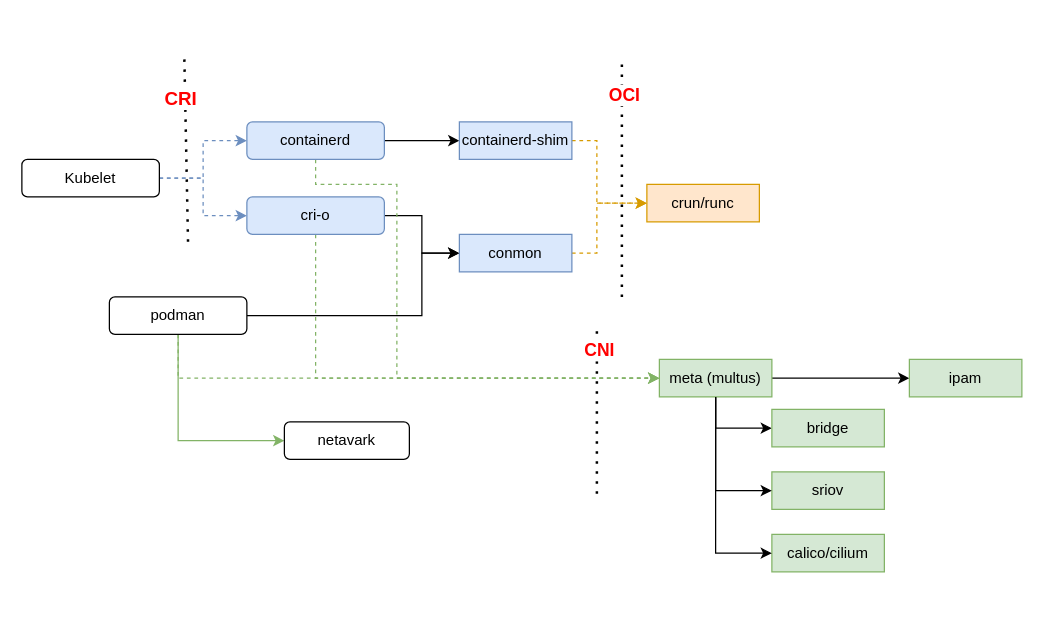
This is container-management.drawio from sriramy/drawio, a draw.io file, before an edit. Source tidied: cells renumbered, new cells numbered last; positions are measured from the earlier drawing's top-left corner, leaving out a move shared by most shapes. Both pictures are drawn from the tidied source at 125%, with x=0, y=0 at pixel (21, 59).
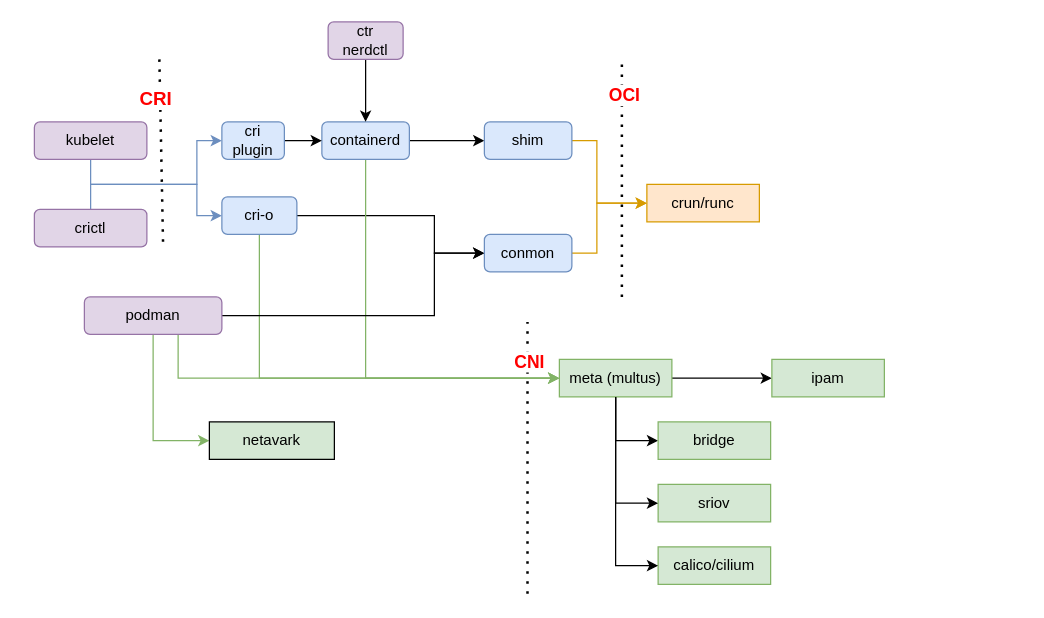
The same page after the edit.

The change refers to these unchanged cells:
```xml
<mxCell id="19" value="crun/runc" style="rounded=0;whiteSpace=wrap;html=1;fillColor=#ffe6cc;strokeColor=#d79b00;" parent="1" vertex="1">
  <mxGeometry x="500" y="100" width="90" height="30" as="geometry" />
</mxCell>
```

What changed in the source:
```diff
@@
-    <mxCell id="2" style="edgeStyle=orthogonalEdgeStyle;rounded=0;jettySize=auto;html=1;entryX=0;entryY=0.5;entryDx=0;entryDy=0;dashed=1;fillColor=#dae8fc;strokeColor=#6c8ebf;" parent="1" edge="1" source="4" target="10">
-      <mxGeometry relative="1" as="geometry" />
+    <mxCell id="2" style="edgeStyle=orthogonalEdgeStyle;rounded=0;jettySize=auto;html=1;entryX=0;entryY=0.5;entryDx=0;entryDy=0;fillColor=#dae8fc;strokeColor=#6c8ebf;" parent="1" edge="1" source="4" target="37">
+      <mxGeometry relative="1" as="geometry">
+        <Array as="points">
+          <mxPoint x="55" y="100" />
+          <mxPoint x="140" y="100" />
+          <mxPoint x="140" y="65" />
+        </Array>
+      </mxGeometry>
     </mxCell>
-    <mxCell id="3" style="edgeStyle=orthogonalEdgeStyle;rounded=0;jettySize=auto;html=1;entryX=0;entryY=0.5;entryDx=0;entryDy=0;dashed=1;fillColor=#dae8fc;strokeColor=#6c8ebf;" parent="1" edge="1" source="4" target="7">
-      <mxGeometry relative="1" as="geometry" />
+    <mxCell id="3" style="edgeStyle=orthogonalEdgeStyle;rounded=0;jettySize=auto;html=1;entryX=0;entryY=0.5;entryDx=0;entryDy=0;fillColor=#dae8fc;strokeColor=#6c8ebf;exitX=0.5;exitY=1;exitDx=0;exitDy=0;" parent="1" edge="1" source="40" target="7">
+      <mxGeometry relative="1" as="geometry">
+        <Array as="points">
+          <mxPoint x="55" y="100" />
+          <mxPoint x="140" y="100" />
+          <mxPoint x="140" y="125" />
+        </Array>
+      </mxGeometry>
     </mxCell>
-    <mxCell id="4" value="Kubelet" style="rounded=1;whiteSpace=wrap;html=1;" parent="1" vertex="1">
-      <mxGeometry y="80" width="110" height="30" as="geometry" />
+    <mxCell id="4" value="crictl" style="rounded=1;whiteSpace=wrap;html=1;fontStyle=0;fillColor=#e1d5e7;strokeColor=#9673a6;" parent="1" vertex="1">
+      <mxGeometry x="10" y="120" width="90" height="30" as="geometry" />
     </mxCell>
     <mxCell id="5" style="edgeStyle=orthogonalEdgeStyle;rounded=0;jettySize=auto;html=1;entryX=0;entryY=0.5;entryDx=0;entryDy=0;" parent="1" edge="1" source="7" target="16">
       <mxGeometry relative="1" as="geometry">
         <Array as="points">
-          <mxPoint x="320" y="125" />
-          <mxPoint x="320" y="155" />
+          <mxPoint x="330" y="125" />
+          <mxPoint x="330" y="155" />
         </Array>
       </mxGeometry>
     </mxCell>
-    <mxCell id="6" style="edgeStyle=orthogonalEdgeStyle;rounded=0;jettySize=auto;html=1;entryX=0;entryY=0.5;entryDx=0;entryDy=0;exitX=0.5;exitY=1;exitDx=0;exitDy=0;fillColor=#d5e8d4;strokeColor=#82b366;dashed=1;" parent="1" edge="1" source="7" target="28">
+    <mxCell id="6" style="edgeStyle=orthogonalEdgeStyle;rounded=0;jettySize=auto;html=1;entryX=0;entryY=0.5;entryDx=0;entryDy=0;exitX=0.5;exitY=1;exitDx=0;exitDy=0;fillColor=#d5e8d4;strokeColor=#82b366;" parent="1" edge="1" source="7" target="28">
       <mxGeometry relative="1" as="geometry" />
     </mxCell>
     <mxCell id="7" value="cri-o" style="rounded=1;whiteSpace=wrap;html=1;fillColor=#dae8fc;strokeColor=#6c8ebf;" parent="1" vertex="1">
-      <mxGeometry x="180" y="110" width="110" height="30" as="geometry" />
+      <mxGeometry x="160" y="110" width="60" height="30" as="geometry" />
     </mxCell>
@@
-    <mxCell id="9" style="edgeStyle=orthogonalEdgeStyle;rounded=0;jettySize=auto;html=1;entryX=0;entryY=0.5;entryDx=0;entryDy=0;exitX=0.5;exitY=1;exitDx=0;exitDy=0;fillColor=#d5e8d4;strokeColor=#82b366;dashed=1;" parent="1" edge="1" source="10" target="28">
+    <mxCell id="9" style="edgeStyle=orthogonalEdgeStyle;rounded=0;jettySize=auto;html=1;entryX=0;entryY=0.5;entryDx=0;entryDy=0;exitX=0.5;exitY=1;exitDx=0;exitDy=0;fillColor=#d5e8d4;strokeColor=#82b366;" parent="1" edge="1" source="10" target="28">
       <mxGeometry relative="1" as="geometry">
         <Array as="points">
-          <mxPoint x="235" y="100" />
-          <mxPoint x="300" y="100" />
-          <mxPoint x="300" y="255" />
+          <mxPoint x="275" y="255" />
         </Array>
       </mxGeometry>
     </mxCell>
     <mxCell id="10" value="containerd" style="rounded=1;whiteSpace=wrap;html=1;fillColor=#dae8fc;strokeColor=#6c8ebf;" parent="1" vertex="1">
-      <mxGeometry x="180" y="50" width="110" height="30" as="geometry" />
+      <mxGeometry x="240" y="50" width="70" height="30" as="geometry" />
     </mxCell>
     <mxCell id="11" style="edgeStyle=orthogonalEdgeStyle;rounded=0;jettySize=auto;html=1;entryX=0;entryY=0.5;entryDx=0;entryDy=0;exitX=1;exitY=0.5;exitDx=0;exitDy=0;" parent="1" edge="1" source="14" target="16">
       <mxGeometry relative="1" as="geometry">
         <Array as="points">
-          <mxPoint x="320" y="205" />
-          <mxPoint x="320" y="155" />
+          <mxPoint x="330" y="205" />
+          <mxPoint x="330" y="155" />
         </Array>
       </mxGeometry>
     </mxCell>
-    <mxCell id="12" style="edgeStyle=orthogonalEdgeStyle;rounded=0;jettySize=auto;html=1;entryX=0;entryY=0.5;entryDx=0;entryDy=0;fillColor=#d5e8d4;strokeColor=#82b366;dashed=1;" parent="1" edge="1" source="14" target="28">
+    <mxCell id="12" style="edgeStyle=orthogonalEdgeStyle;rounded=0;jettySize=auto;html=1;entryX=0;entryY=0.5;entryDx=0;entryDy=0;fillColor=#d5e8d4;strokeColor=#82b366;" parent="1" edge="1" source="14" target="28">
       <mxGeometry relative="1" as="geometry">
         <Array as="points">
           <mxPoint x="125" y="255" />
         </Array>
       </mxGeometry>
     </mxCell>
@@
-    <mxCell id="14" value="podman" style="rounded=1;whiteSpace=wrap;html=1;" parent="1" vertex="1">
-      <mxGeometry x="70" y="190" width="110" height="30" as="geometry" />
+    <mxCell id="14" value="podman" style="rounded=1;whiteSpace=wrap;html=1;fillColor=#e1d5e7;strokeColor=#9673a6;" parent="1" vertex="1">
+      <mxGeometry x="50" y="190" width="110" height="30" as="geometry" />
     </mxCell>
-    <mxCell id="15" style="edgeStyle=orthogonalEdgeStyle;rounded=0;jettySize=auto;html=1;entryX=0;entryY=0.5;entryDx=0;entryDy=0;dashed=1;fillColor=#ffe6cc;strokeColor=#d79b00;" parent="1" edge="1" source="16" target="19">
+    <mxCell id="15" style="edgeStyle=orthogonalEdgeStyle;rounded=0;jettySize=auto;html=1;entryX=0;entryY=0.5;entryDx=0;entryDy=0;fillColor=#ffe6cc;strokeColor=#d79b00;" parent="1" edge="1" source="16" target="19">
       <mxGeometry relative="1" as="geometry">
         <Array as="points">
           <mxPoint x="460" y="155" />
           <mxPoint x="460" y="115" />
         </Array>
       </mxGeometry>
     </mxCell>
-    <mxCell id="16" value="conmon" style="rounded=0;whiteSpace=wrap;html=1;fillColor=#dae8fc;strokeColor=#6c8ebf;" parent="1" vertex="1">
-      <mxGeometry x="350" y="140" width="90" height="30" as="geometry" />
+    <mxCell id="16" value="conmon" style="rounded=1;whiteSpace=wrap;html=1;fillColor=#dae8fc;strokeColor=#6c8ebf;" parent="1" vertex="1">
+      <mxGeometry x="370" y="140" width="70" height="30" as="geometry" />
     </mxCell>
-    <mxCell id="17" style="edgeStyle=orthogonalEdgeStyle;rounded=0;jettySize=auto;html=1;exitX=1;exitY=0.5;exitDx=0;exitDy=0;dashed=1;fillColor=#ffe6cc;strokeColor=#d79b00;" parent="1" edge="1" source="18" target="19">
+    <mxCell id="17" style="edgeStyle=orthogonalEdgeStyle;rounded=0;jettySize=auto;html=1;exitX=1;exitY=0.5;exitDx=0;exitDy=0;fillColor=#ffe6cc;strokeColor=#d79b00;" parent="1" edge="1" source="18" target="19">
       <mxGeometry relative="1" as="geometry">
         <Array as="points">
           <mxPoint x="460" y="65" />
           <mxPoint x="460" y="115" />
         </Array>
       </mxGeometry>
     </mxCell>
-    <mxCell id="18" value="containerd-shim" style="rounded=0;whiteSpace=wrap;html=1;fillColor=#dae8fc;strokeColor=#6c8ebf;" parent="1" vertex="1">
-      <mxGeometry x="350" y="50" width="90" height="30" as="geometry" />
+    <mxCell id="18" value="shim" style="rounded=1;whiteSpace=wrap;html=1;fillColor=#dae8fc;strokeColor=#6c8ebf;" parent="1" vertex="1">
+      <mxGeometry x="370" y="50" width="70" height="30" as="geometry" />
     </mxCell>
@@
     <mxCell id="20" style="endArrow=none;dashed=1;html=1;dashPattern=1 3;strokeWidth=2;rounded=0;" parent="1" edge="1">
       <mxGeometry relative="1" as="geometry">
-        <mxPoint x="130" as="sourcePoint" />
-        <mxPoint x="133" y="150" as="targetPoint" />
+        <mxPoint x="110" as="sourcePoint" />
+        <mxPoint x="113" y="150" as="targetPoint" />
       </mxGeometry>
     </mxCell>
@@
     <mxCell id="24" style="endArrow=none;dashed=1;html=1;dashPattern=1 3;strokeWidth=2;rounded=0;" parent="1" edge="1">
       <mxGeometry relative="1" as="geometry">
-        <mxPoint x="460" y="347.5" as="sourcePoint" />
-        <mxPoint x="460" y="212.5" as="targetPoint" />
+        <mxPoint x="404.5" y="427.5" as="sourcePoint" />
+        <mxPoint x="404.5" y="210" as="targetPoint" />
       </mxGeometry>
     </mxCell>
@@
+    <mxCell id="27" style="edgeStyle=orthogonalEdgeStyle;rounded=0;jettySize=auto;html=1;entryX=0;entryY=0.5;entryDx=0;entryDy=0;" parent="1" edge="1" source="28" target="30">
+      <mxGeometry relative="1" as="geometry" />
+    </mxCell>
@@
-    <mxCell id="27" style="edgeStyle=orthogonalEdgeStyle;rounded=0;jettySize=auto;html=1;entryX=0;entryY=0.5;entryDx=0;entryDy=0;" parent="1" edge="1" source="28" target="30">
-      <mxGeometry relative="1" as="geometry" />
-    </mxCell>
     <mxCell id="28" value="meta (multus)" style="rounded=0;whiteSpace=wrap;html=1;fillColor=#d5e8d4;strokeColor=#82b366;" parent="1" vertex="1">
-      <mxGeometry x="510" y="240" width="90" height="30" as="geometry" />
+      <mxGeometry x="430" y="240" width="90" height="30" as="geometry" />
     </mxCell>
     <mxCell id="29" value="bridge" style="rounded=0;whiteSpace=wrap;html=1;fillColor=#d5e8d4;strokeColor=#82b366;" parent="1" vertex="1">
-      <mxGeometry x="600" y="280" width="90" height="30" as="geometry" />
+      <mxGeometry x="509" y="290" width="90" height="30" as="geometry" />
     </mxCell>
     <mxCell id="30" value="ipam" style="rounded=0;whiteSpace=wrap;html=1;fillColor=#d5e8d4;strokeColor=#82b366;" parent="1" vertex="1">
-      <mxGeometry x="710" y="240" width="90" height="30" as="geometry" />
+      <mxGeometry x="600" y="240" width="90" height="30" as="geometry" />
     </mxCell>
     <mxCell id="31" value="sriov" style="rounded=0;whiteSpace=wrap;html=1;fillColor=#d5e8d4;strokeColor=#82b366;" parent="1" vertex="1">
-      <mxGeometry x="600" y="330" width="90" height="30" as="geometry" />
+      <mxGeometry x="509" y="340" width="90" height="30" as="geometry" />
     </mxCell>
     <mxCell id="32" value="calico/cilium" style="rounded=0;whiteSpace=wrap;html=1;fillColor=#d5e8d4;strokeColor=#82b366;" parent="1" vertex="1">
-      <mxGeometry x="600" y="380" width="90" height="30" as="geometry" />
+      <mxGeometry x="509" y="390" width="90" height="30" as="geometry" />
     </mxCell>
@@
-    <mxCell id="35" value="netavark" style="rounded=1;whiteSpace=wrap;html=1;" parent="1" vertex="1">
-      <mxGeometry x="210" y="290" width="100" height="30" as="geometry" />
+    <mxCell id="35" value="netavark" style="rounded=0;whiteSpace=wrap;html=1;fillColor=#d5e8d4;strokeColor=default;fillStyle=solid;" parent="1" vertex="1">
+      <mxGeometry x="150" y="290" width="100" height="30" as="geometry" />
     </mxCell>
+    <mxCell id="36" style="edgeStyle=orthogonalEdgeStyle;rounded=0;jettySize=auto;html=1;entryX=0;entryY=0.5;entryDx=0;entryDy=0;" parent="1" edge="1" source="37" target="10">
+      <mxGeometry relative="1" as="geometry" />
+    </mxCell>
+    <mxCell id="37" value="cri&lt;br&gt;plugin" style="rounded=1;whiteSpace=wrap;html=1;fillColor=#dae8fc;strokeColor=#6c8ebf;" parent="1" vertex="1">
+      <mxGeometry x="160" y="50" width="50" height="30" as="geometry" />
+    </mxCell>
+    <mxCell id="38" style="edgeStyle=orthogonalEdgeStyle;rounded=0;jettySize=auto;html=1;entryX=0.5;entryY=0;entryDx=0;entryDy=0;" parent="1" edge="1" source="39" target="10">
+      <mxGeometry relative="1" as="geometry" />
+    </mxCell>
+    <mxCell id="39" value="ctr&lt;br&gt;nerdctl" style="rounded=1;whiteSpace=wrap;html=1;fillColor=#e1d5e7;strokeColor=#9673a6;" parent="1" vertex="1">
+      <mxGeometry x="245" y="-30" width="60" height="30" as="geometry" />
+    </mxCell>
+    <mxCell id="40" value="kubelet" style="rounded=1;whiteSpace=wrap;html=1;fillColor=#e1d5e7;strokeColor=#9673a6;" parent="1" vertex="1">
+      <mxGeometry x="10" y="50" width="90" height="30" as="geometry" />
+    </mxCell>
```
